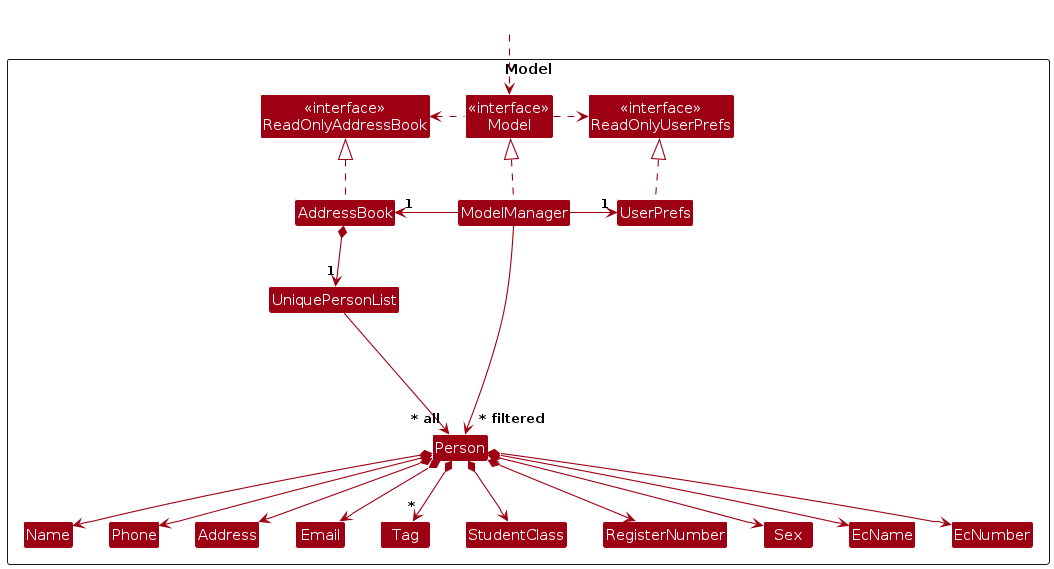
The PlantUML diagram diagrams/ModelClassDiagram.png in AY2425S1-CS2103-F12-4/tp, before a commit. Its source is kept beside it as diagrams/ModelClassDiagram.puml.
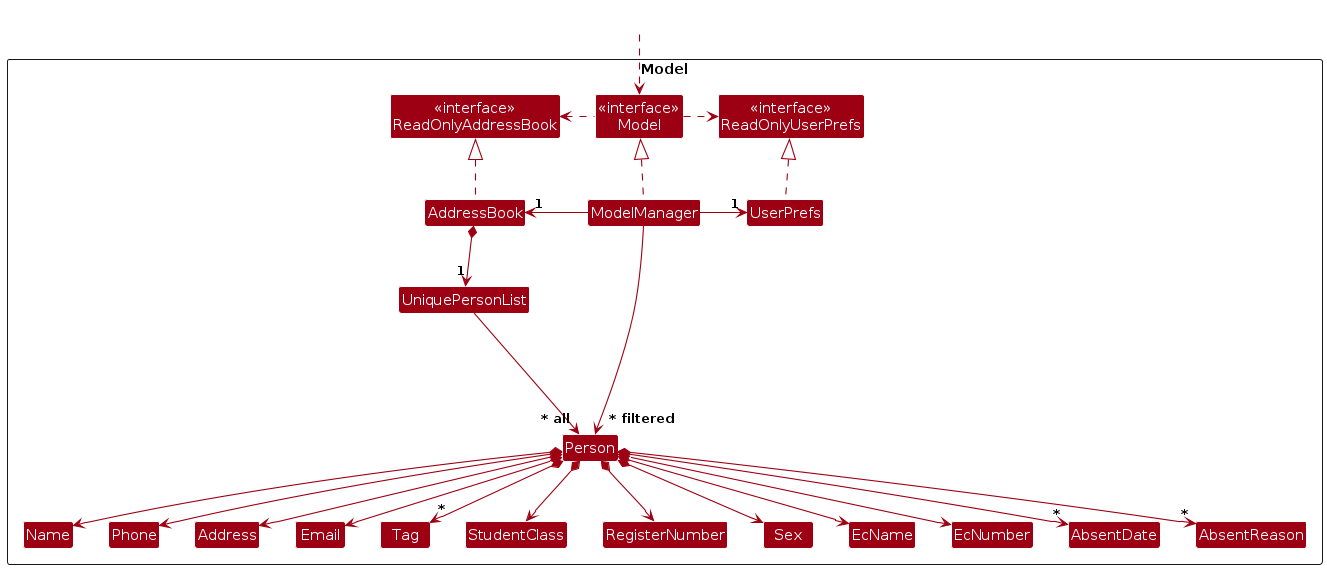
The same diagram one commit later.

The edit, as a diff of the source:
```diff
@@ -24,6 +24,8 @@
 Class Sex
 Class EcName
 Class EcNumber
+Class AbsentDate
+Class AbsentReason
 
 Class I #FFFFFF
 }
@@ -52,6 +54,8 @@
 Person *--> Sex
 Person *--> EcName
 Person *--> EcNumber
+Person *--> "*" AbsentReason
+Person *--> "*" AbsentDate
 
 Person -[hidden]up--> I
 UniquePersonList -[hidden]right-> I
```
